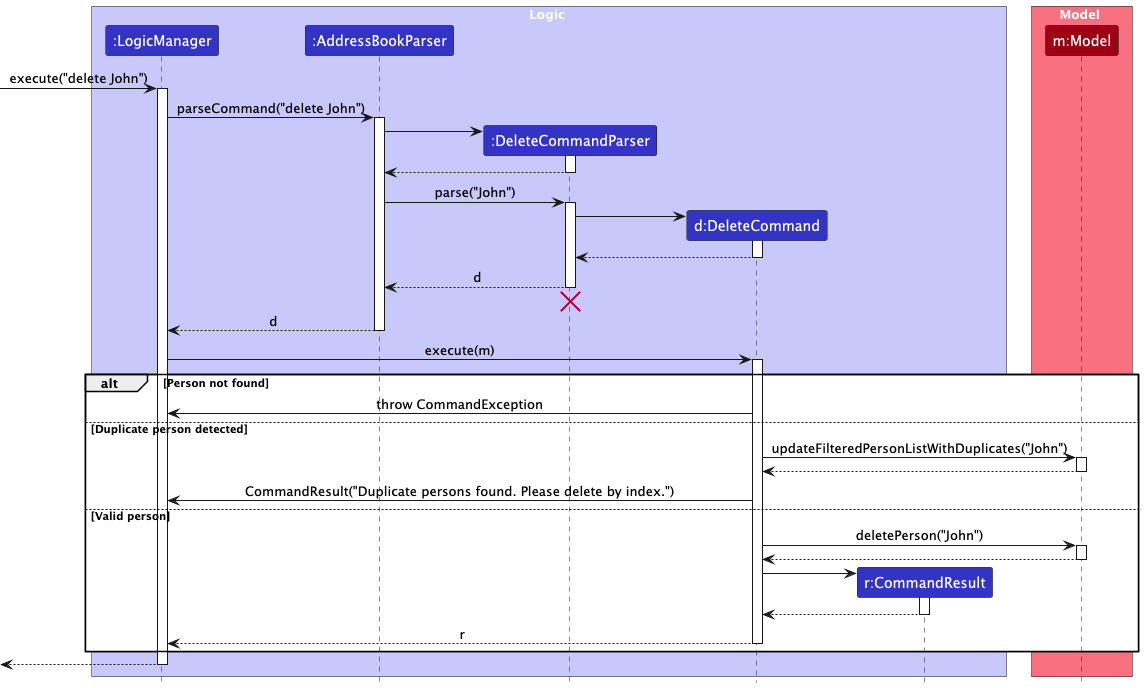
This is docs/images/DeleteSequenceDiagram.png from nus-cs2103-AY2425S1/tp, a PlantUML export, as it was before one commit.
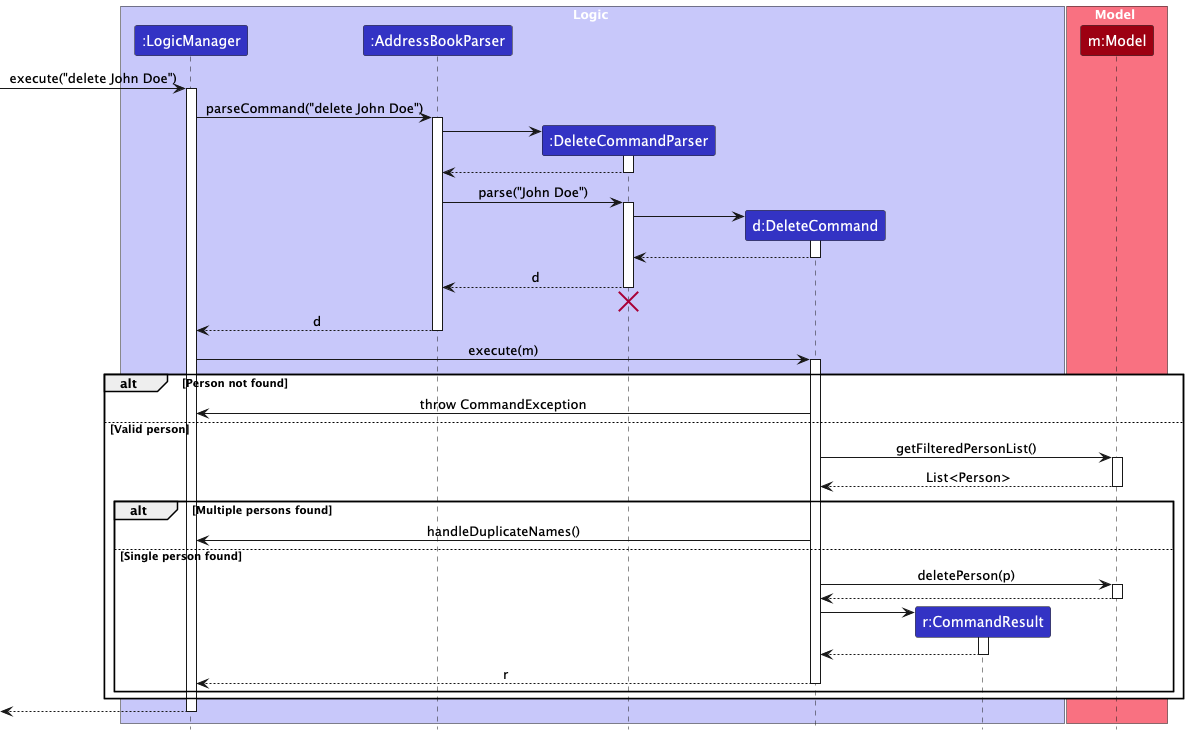
The same diagram one commit later.

Diff of the diagram source:
```diff
@@ -14,10 +14,10 @@
 participant "m:Model" as Model MODEL_COLOR
 end box
 
-[-> LogicManager : execute("delete John")
+[-> LogicManager : execute("delete John Doe")
 activate LogicManager
 
-LogicManager -> AddressBookParser : parseCommand("delete John")
+LogicManager -> AddressBookParser : parseCommand("delete John Doe")
 activate AddressBookParser
 
 create DeleteCommandParser
@@ -27,7 +27,7 @@
 DeleteCommandParser --> AddressBookParser
 deactivate DeleteCommandParser
 
-AddressBookParser -> DeleteCommandParser : parse("John")
+AddressBookParser -> DeleteCommandParser : parse("John Doe")
 activate DeleteCommandParser
 
 create DeleteCommand
@@ -50,30 +50,34 @@
 
 alt Person not found
     DeleteCommand -> LogicManager : throw CommandException
-else Duplicate person detected
-    DeleteCommand -> Model : updateFilteredPersonListWithDuplicates("John")
+else Valid person
+    DeleteCommand -> Model : getFilteredPersonList()
+    activate Model
+
+    Model --> DeleteCommand : List<Person>
+    deactivate Model
+
+
+
+    alt Multiple persons found
+        DeleteCommand -> LogicManager : handleDuplicateNames()
+    else Single person found
+        DeleteCommand -> Model : deletePerson(p)
         activate Model
 
         Model --> DeleteCommand
         deactivate Model
 
-        DeleteCommand -> LogicManager : CommandResult("Duplicate persons found. Please delete by index.")
-else Valid person
-    DeleteCommand -> Model : deletePerson("John")
-    activate Model
+        create CommandResult
+        DeleteCommand -> CommandResult
+        activate CommandResult
 
-    Model --> DeleteCommand
-    deactivate Model
+        CommandResult --> DeleteCommand
+        deactivate CommandResult
 
-    create CommandResult
-    DeleteCommand -> CommandResult
-    activate CommandResult
-
-    CommandResult --> DeleteCommand
-    deactivate CommandResult
-
-    DeleteCommand --> LogicManager : r
-    deactivate DeleteCommand
+        DeleteCommand --> LogicManager : r
+        deactivate DeleteCommand
+    end
 end
 
 [<--LogicManager
```
